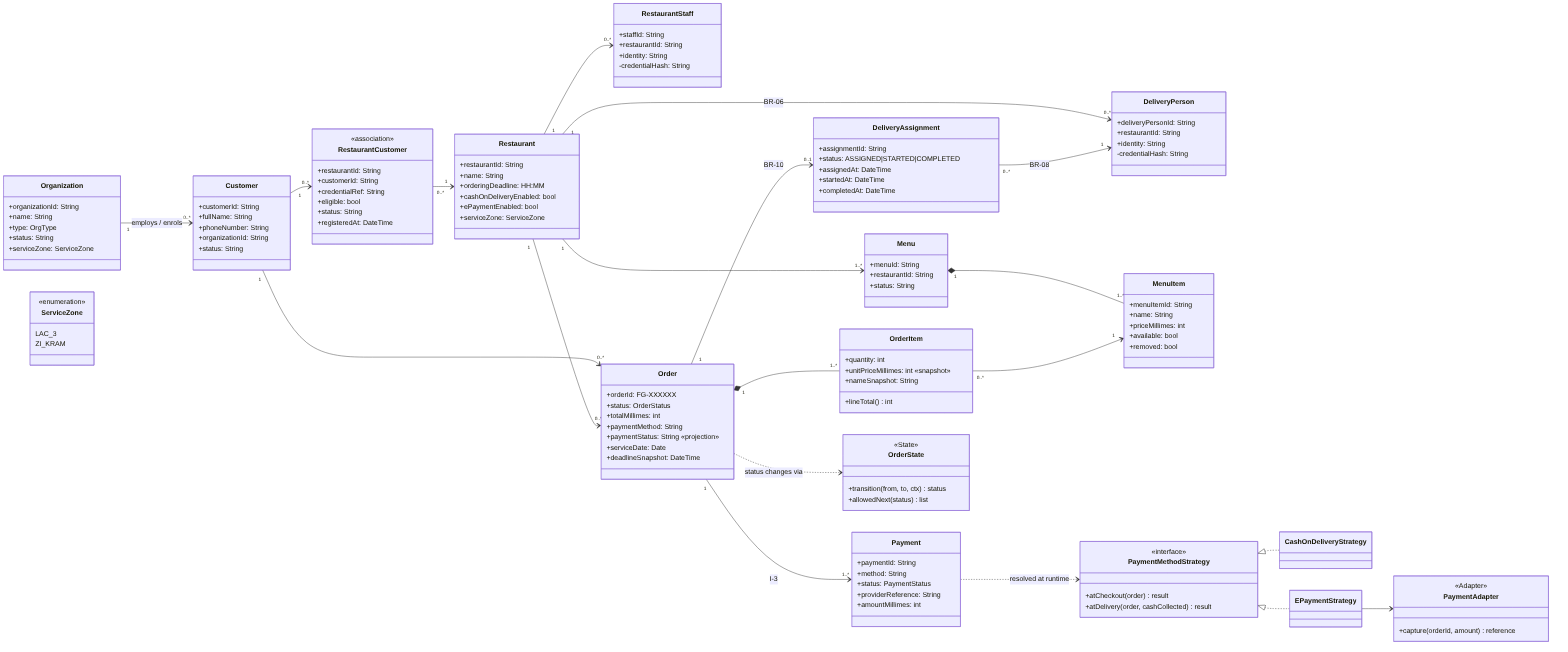
The Mermaid diagram docs/uml/class-diagram.png in HamzaBL04/FoodGO, before a commit. Its source is kept beside it as docs/uml/class-diagram.mmd.
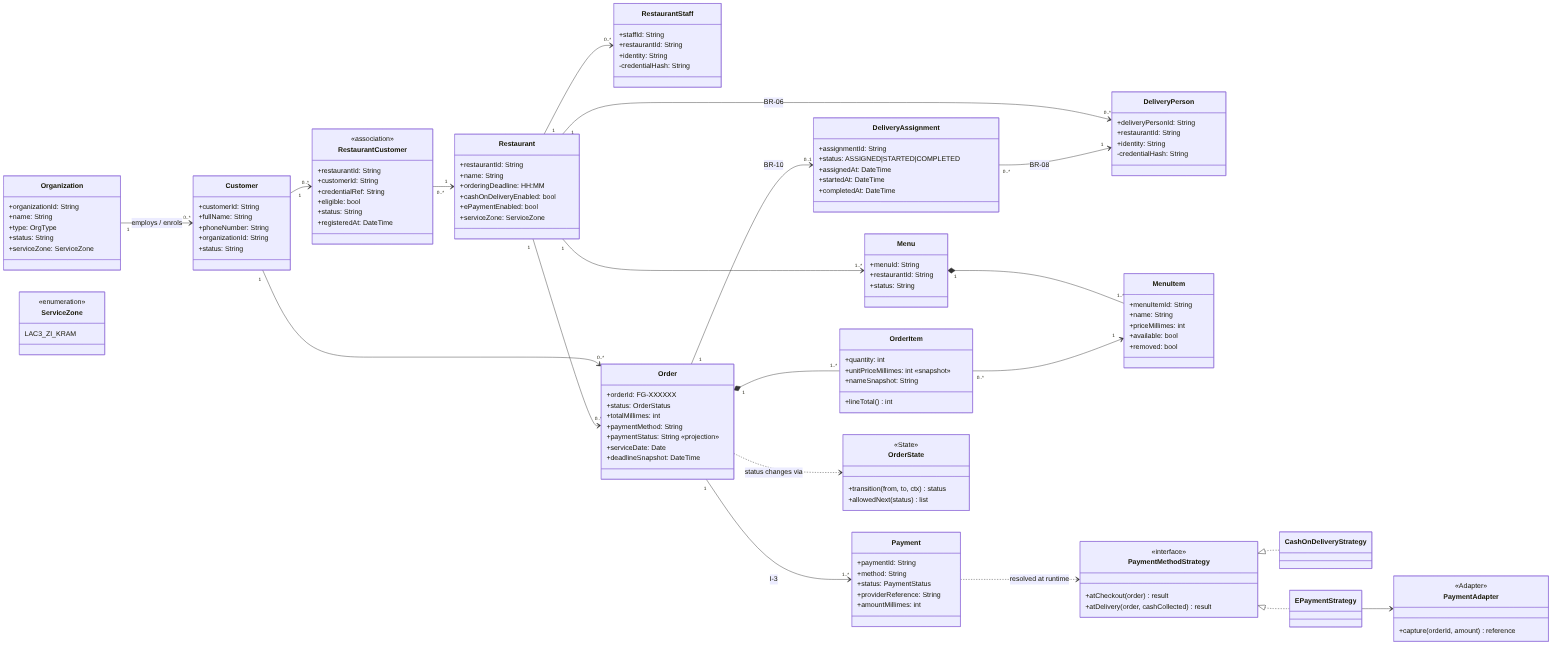
Above is the later version.

What changed in the source:
```diff
@@ -33,8 +33,7 @@
   }
   class ServiceZone {
     <<enumeration>>
-    LAC_3
-    ZI_KRAM
+    LAC3_ZI_KRAM
   }
   class RestaurantStaff {
     +staffId: String
```
